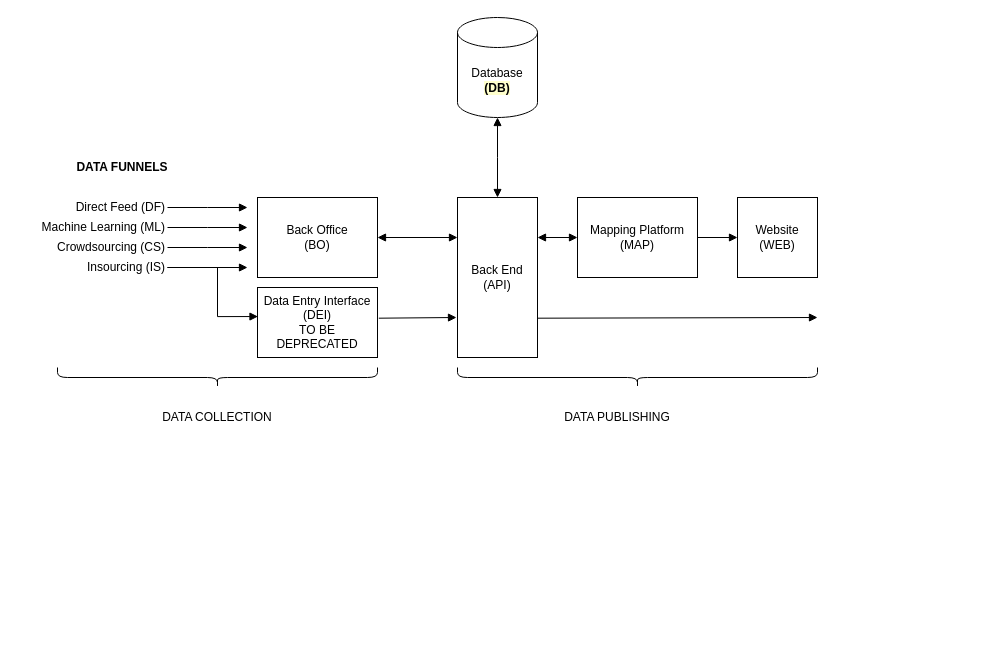
TheIOFoundation/ProjectLockdown keeps this draw.io diagram as docs/Diagrams/[TIOF PLD] Docs [P] General Modules Diagram ENG v1.0.drawio. Above is the earlier version. Source tidied: cells renumbered, new cells numbered last; positions are measured from the earlier drawing's top-left corner, leaving out a move shared by most shapes. Both pictures are drawn from the tidied source at 100%, with x=0, y=0 at pixel (17, 17). Pictures stored in the file or linked from it are replaced by grey dashed boxes.
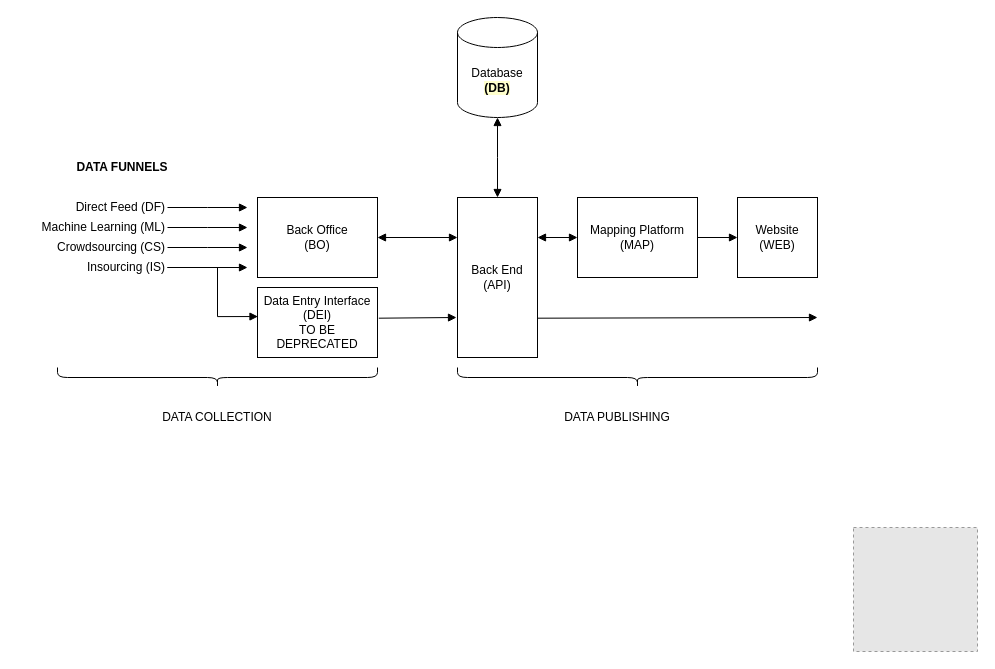
The same diagram, later.

The edit, as a diff of the source:
```diff
@@
+    <mxCell id="28" style="fillColor=#E6E6E6;strokeColor=#999999;dashed=1;verticalLabelPosition=bottom;labelBackgroundColor=#ffffff;verticalAlign=top;" parent="1" vertex="1">
+      <mxGeometry x="836" y="510" width="124" height="124" as="geometry" />
+    </mxCell>
```
